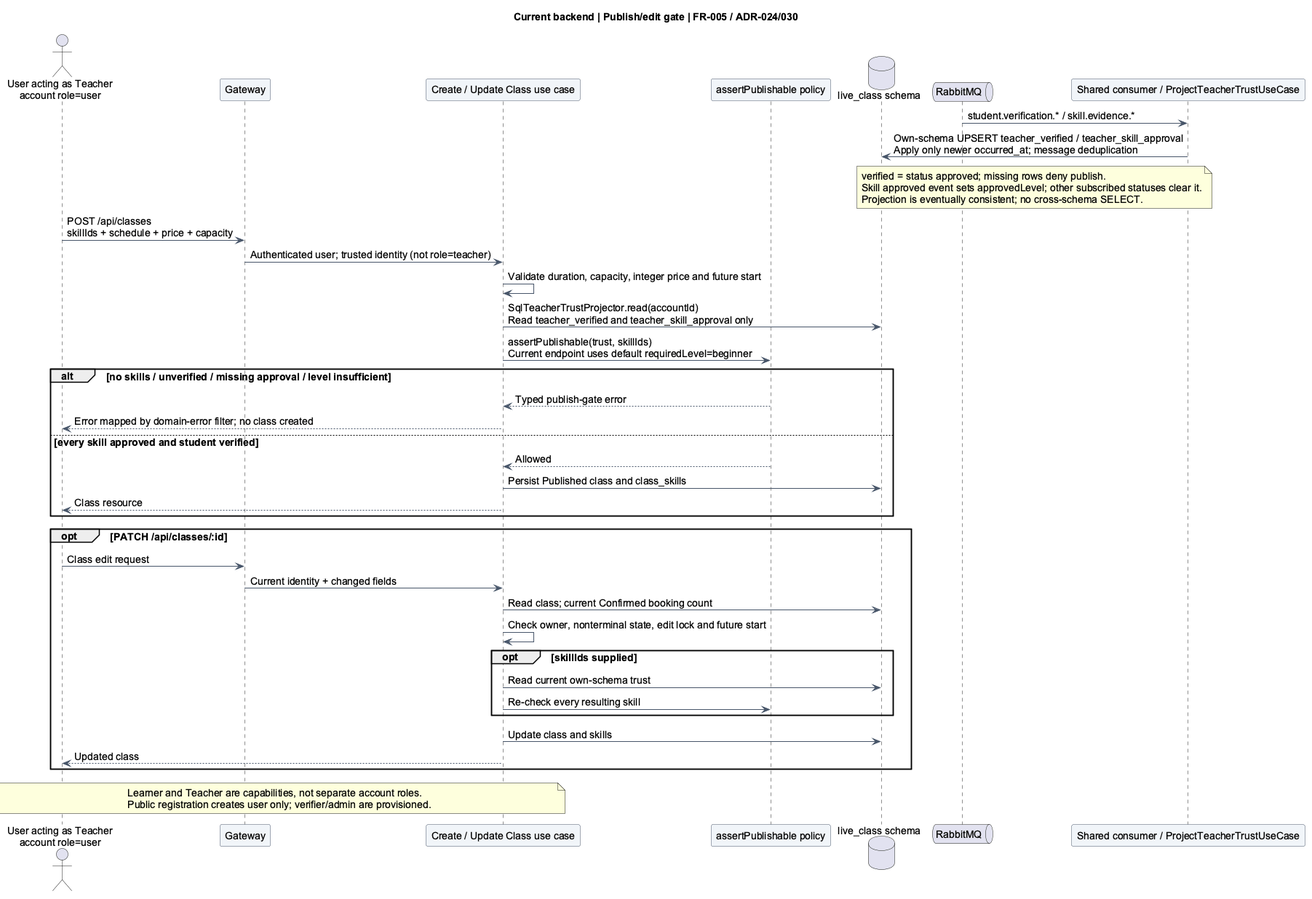
The PlantUML diagram docs/diagrams/checkpoint/generated/sequence-publish.png in trankien022/SkillSwap, before a commit. Source of this version:
```plantuml
@startuml
title Current backend | Publish/edit gate | FR-005 / ADR-024/030
skinparam backgroundColor #FFFFFF
skinparam shadowing false
skinparam defaultFontName Arial
skinparam defaultFontSize 14
skinparam ArrowColor #475569
skinparam sequenceParticipantBackgroundColor #F1F5F9
skinparam sequenceParticipantBorderColor #475569
skinparam activityBackgroundColor #F1F5F9
skinparam activityBorderColor #475569
skinparam stateBackgroundColor #F1F5F9
skinparam stateBorderColor #475569
actor "User acting as Teacher\naccount role=user" as U
participant Gateway as G
participant "Create / Update Class use case" as C
participant "assertPublishable policy" as P
database "live_class schema" as D
queue RabbitMQ as Q
participant "Shared consumer / ProjectTeacherTrustUseCase" as E
Q -> E: student.verification.* / skill.evidence.*
E -> D: Own-schema UPSERT teacher_verified / teacher_skill_approval\nApply only newer occurred_at; message deduplication
note over E,D: verified = status approved; missing rows deny publish.\nSkill approved event sets approvedLevel; other subscribed statuses clear it.\nProjection is eventually consistent; no cross-schema SELECT.
U -> G: POST /api/classes\nskillIds + schedule + price + capacity
G -> C: Authenticated user; trusted identity (not role=teacher)
C -> C: Validate duration, capacity, integer price and future start
C -> D: SqlTeacherTrustProjector.read(accountId)\nRead teacher_verified and teacher_skill_approval only
C -> P: assertPublishable(trust, skillIds)\nCurrent endpoint uses default requiredLevel=beginner
alt no skills / unverified / missing approval / level insufficient
 P --> C: Typed publish-gate error
 C --> U: Error mapped by domain-error filter; no class created
else every skill approved and student verified
 P --> C: Allowed
 C -> D: Persist Published class and class_skills
 C --> U: Class resource
end
opt PATCH /api/classes/:id
 U -> G: Class edit request
 G -> C: Current identity + changed fields
 C -> D: Read class; current Confirmed booking count
 C -> C: Check owner, nonterminal state, edit lock and future start
 opt skillIds supplied
  C -> D: Read current own-schema trust
  C -> P: Re-check every resulting skill
 end
 C -> D: Update class and skills
 C --> U: Updated class
end
note over U,C: Learner and Teacher are capabilities, not separate account roles.\nPublic registration creates user only; verifier/admin are provisioned.
@enduml
```
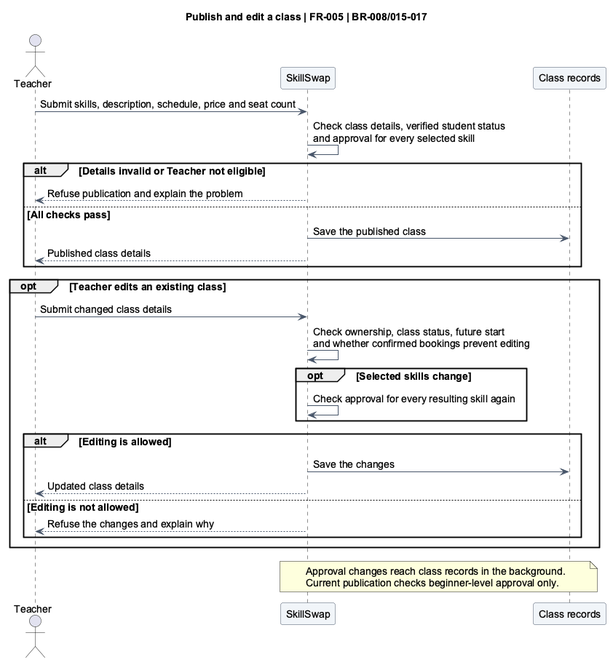
After the change.

Diff of the diagram source:
```diff
@@ -1,50 +1,39 @@
 @startuml
-title Current backend | Publish/edit gate | FR-005 / ADR-024/030
+title Publish and edit a class | FR-005 | BR-008/015-017
 skinparam backgroundColor #FFFFFF
 skinparam shadowing false
 skinparam defaultFontName Arial
 skinparam defaultFontSize 14
 skinparam ArrowColor #475569
+skinparam activityBackgroundColor #F1F5F9
+skinparam activityBorderColor #475569
 skinparam sequenceParticipantBackgroundColor #F1F5F9
 skinparam sequenceParticipantBorderColor #475569
-skinparam activityBackgroundColor #F1F5F9
-skinparam activityBorderColor #475569
 skinparam stateBackgroundColor #F1F5F9
 skinparam stateBorderColor #475569
-actor "User acting as Teacher\naccount role=user" as U
-participant Gateway as G
-participant "Create / Update Class use case" as C
-participant "assertPublishable policy" as P
-database "live_class schema" as D
-queue RabbitMQ as Q
-participant "Shared consumer / ProjectTeacherTrustUseCase" as E
-Q -> E: student.verification.* / skill.evidence.*
-E -> D: Own-schema UPSERT teacher_verified / teacher_skill_approval\nApply only newer occurred_at; message deduplication
-note over E,D: verified = status approved; missing rows deny publish.\nSkill approved event sets approvedLevel; other subscribed statuses clear it.\nProjection is eventually consistent; no cross-schema SELECT.
-U -> G: POST /api/classes\nskillIds + schedule + price + capacity
-G -> C: Authenticated user; trusted identity (not role=teacher)
-C -> C: Validate duration, capacity, integer price and future start
-C -> D: SqlTeacherTrustProjector.read(accountId)\nRead teacher_verified and teacher_skill_approval only
-C -> P: assertPublishable(trust, skillIds)\nCurrent endpoint uses default requiredLevel=beginner
-alt no skills / unverified / missing approval / level insufficient
- P --> C: Typed publish-gate error
- C --> U: Error mapped by domain-error filter; no class created
-else every skill approved and student verified
- P --> C: Allowed
- C -> D: Persist Published class and class_skills
- C --> U: Class resource
+actor Teacher as T
+participant SkillSwap as S
+participant "Class records" as C
+T -> S: Submit skills, description, schedule, price and seat count
+S -> S: Check class details, verified student status\nand approval for every selected skill
+alt Details invalid or Teacher not eligible
+ S --> T: Refuse publication and explain the problem
+else All checks pass
+ S -> C: Save the published class
+ S --> T: Published class details
 end
-opt PATCH /api/classes/:id
- U -> G: Class edit request
- G -> C: Current identity + changed fields
- C -> D: Read class; current Confirmed booking count
- C -> C: Check owner, nonterminal state, edit lock and future start
- opt skillIds supplied
-  C -> D: Read current own-schema trust
-  C -> P: Re-check every resulting skill
+opt Teacher edits an existing class
+ T -> S: Submit changed class details
+ S -> S: Check ownership, class status, future start\nand whether confirmed bookings prevent editing
+ opt Selected skills change
+  S -> S: Check approval for every resulting skill again
  end
- C -> D: Update class and skills
- C --> U: Updated class
+ alt Editing is allowed
+  S -> C: Save the changes
+  S --> T: Updated class details
+ else Editing is not allowed
+  S --> T: Refuse the changes and explain why
+ end
 end
-note over U,C: Learner and Teacher are capabilities, not separate account roles.\nPublic registration creates user only; verifier/admin are provisioned.
+note over S,C: Approval changes reach class records in the background.\nCurrent publication checks beginner-level approval only.
 @enduml
```
